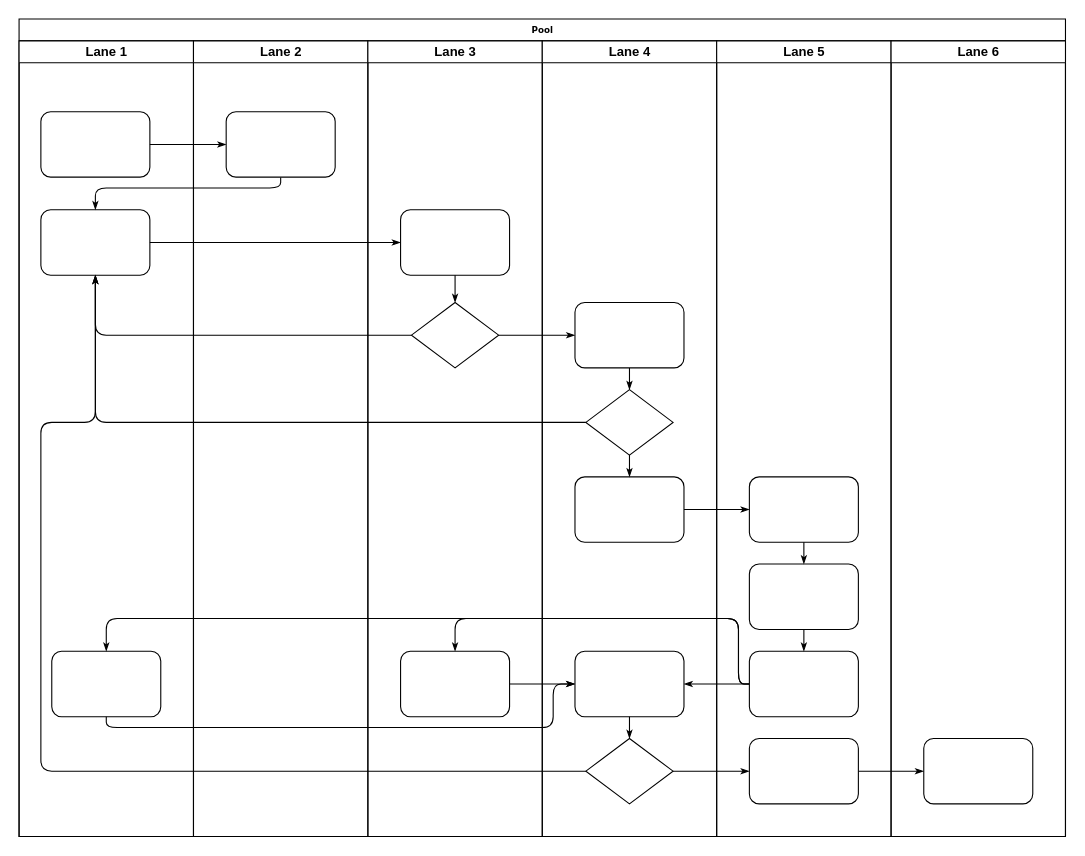
Above: ios_load.drawio in neolcs/articles (draw.io), before the change. Source tidied: cells renumbered, new cells numbered last; positions are measured from the earlier drawing's top-left corner, leaving out a move shared by most shapes. Both pictures are drawn from the tidied source at 109%, with x=0, y=0 at pixel (19, 19).
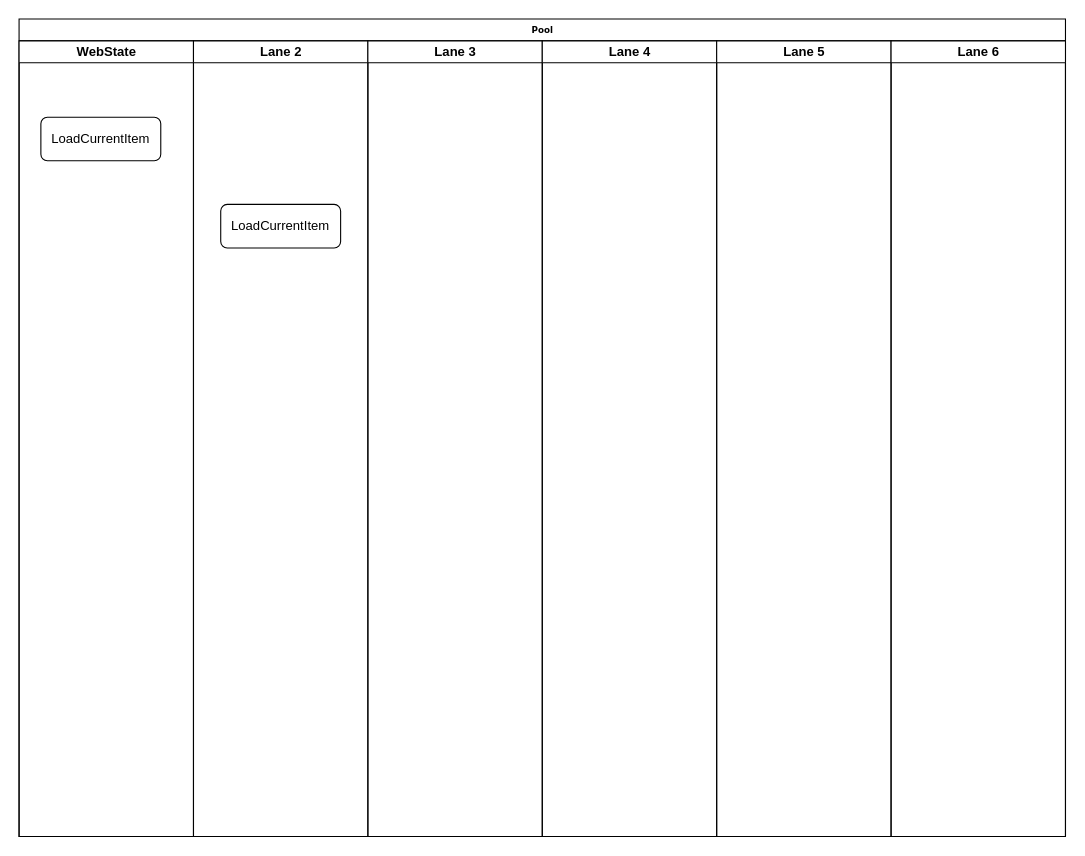
The same diagram, later.

The change refers to these unchanged cells:
```xml
<mxCell id="2" value="Pool" style="swimlane;html=1;startSize=20;rounded=0;shadow=0;labelBackgroundColor=none;strokeWidth=1;fontFamily=Verdana;fontSize=8;align=center;" parent="1" vertex="1">
  <mxGeometry width="960" height="750" as="geometry" />
</mxCell>
<mxCell id="22" value="Lane 2" style="swimlane;html=1;startSize=20;" parent="2" vertex="1">
  <mxGeometry x="160" y="20" width="160" height="730" as="geometry" />
</mxCell>
<mxCell id="24" value="Lane 3" style="swimlane;html=1;startSize=20;" parent="2" vertex="1">
  <mxGeometry x="320" y="20" width="160" height="730" as="geometry" />
</mxCell>
<mxCell id="29" value="Lane 4" style="swimlane;html=1;startSize=20;" parent="2" vertex="1">
  <mxGeometry x="480" y="20" width="160" height="730" as="geometry" />
</mxCell>
<mxCell id="38" value="Lane 5" style="swimlane;html=1;startSize=20;" parent="2" vertex="1">
  <mxGeometry x="640" y="20" width="160" height="730" as="geometry" />
</mxCell>
<mxCell id="45" value="Lane 6" style="swimlane;html=1;startSize=20;" parent="2" vertex="1">
  <mxGeometry x="800" y="20" width="160" height="730" as="geometry" />
</mxCell>
```

The edit, as a diff of the source:
```diff
@@
-    <mxCell id="3" value="Lane 1" style="swimlane;html=1;startSize=20;" parent="2" vertex="1">
+    <mxCell id="3" value="WebState" style="swimlane;html=1;startSize=20;" parent="2" vertex="1">
       <mxGeometry y="20" width="160" height="730" as="geometry" />
     </mxCell>
-    <mxCell id="4" style="rounded=1;whiteSpace=wrap;html=1;shadow=0;labelBackgroundColor=none;strokeWidth=1;fontFamily=Verdana;fontSize=8;align=center;" parent="3" vertex="1">
-      <mxGeometry x="20" y="65" width="100" height="60" as="geometry" />
-    </mxCell>
-    <mxCell id="5" style="rounded=1;whiteSpace=wrap;html=1;shadow=0;labelBackgroundColor=none;strokeWidth=1;fontFamily=Verdana;fontSize=8;align=center;" parent="3" vertex="1">
-      <mxGeometry x="20" y="155" width="100" height="60" as="geometry" />
-    </mxCell>
-    <mxCell id="6" style="rounded=1;whiteSpace=wrap;html=1;shadow=0;labelBackgroundColor=none;strokeWidth=1;fontFamily=Verdana;fontSize=8;align=center;" parent="3" vertex="1">
-      <mxGeometry x="30" y="560" width="100" height="60" as="geometry" />
-    </mxCell>
-    <mxCell id="7" style="edgeStyle=orthogonalEdgeStyle;rounded=1;html=1;labelBackgroundColor=none;startArrow=none;startFill=0;startSize=5;endArrow=classicThin;endFill=1;endSize=5;jettySize=auto;strokeWidth=1;fontFamily=Verdana;fontSize=8;" parent="2" edge="1" source="4" target="23">
-      <mxGeometry relative="1" as="geometry" />
-    </mxCell>
-    <mxCell id="8" style="edgeStyle=orthogonalEdgeStyle;rounded=1;html=1;labelBackgroundColor=none;startArrow=none;startFill=0;startSize=5;endArrow=classicThin;endFill=1;endSize=5;jettySize=auto;strokeWidth=1;fontFamily=Verdana;fontSize=8;" parent="2" edge="1" source="23" target="5">
-      <mxGeometry relative="1" as="geometry">
-        <Array as="points">
-          <mxPoint x="240" y="155" />
-          <mxPoint x="70" y="155" />
-        </Array>
-      </mxGeometry>
-    </mxCell>
-    <mxCell id="9" style="edgeStyle=orthogonalEdgeStyle;rounded=1;html=1;labelBackgroundColor=none;startArrow=none;startFill=0;startSize=5;endArrow=classicThin;endFill=1;endSize=5;jettySize=auto;strokeWidth=1;fontFamily=Verdana;fontSize=8;" parent="2" edge="1" source="5" target="25">
-      <mxGeometry relative="1" as="geometry" />
-    </mxCell>
-    <mxCell id="10" style="edgeStyle=orthogonalEdgeStyle;rounded=1;html=1;labelBackgroundColor=none;startArrow=none;startFill=0;startSize=5;endArrow=classicThin;endFill=1;endSize=5;jettySize=auto;strokeWidth=1;fontFamily=Verdana;fontSize=8;" parent="2" edge="1" source="26" target="5">
-      <mxGeometry relative="1" as="geometry" />
-    </mxCell>
-    <mxCell id="11" style="edgeStyle=orthogonalEdgeStyle;rounded=1;html=1;labelBackgroundColor=none;startArrow=none;startFill=0;startSize=5;endArrow=classicThin;endFill=1;endSize=5;jettySize=auto;strokeWidth=1;fontFamily=Verdana;fontSize=8;" parent="2" edge="1" source="31" target="5">
-      <mxGeometry relative="1" as="geometry" />
-    </mxCell>
-    <mxCell id="12" style="edgeStyle=orthogonalEdgeStyle;rounded=1;html=1;labelBackgroundColor=none;startArrow=none;startFill=0;startSize=5;endArrow=classicThin;endFill=1;endSize=5;jettySize=auto;strokeWidth=1;fontFamily=Verdana;fontSize=8;" parent="2" edge="1" source="34" target="5">
-      <mxGeometry relative="1" as="geometry">
-        <Array as="points">
-          <mxPoint x="20" y="690" />
-          <mxPoint x="20" y="370" />
-          <mxPoint x="70" y="370" />
-        </Array>
-      </mxGeometry>
-    </mxCell>
-    <mxCell id="13" style="edgeStyle=orthogonalEdgeStyle;rounded=1;html=1;labelBackgroundColor=none;startArrow=none;startFill=0;startSize=5;endArrow=classicThin;endFill=1;endSize=5;jettySize=auto;strokeWidth=1;fontFamily=Verdana;fontSize=8;" parent="2" edge="1" source="26" target="30">
-      <mxGeometry relative="1" as="geometry" />
-    </mxCell>
-    <mxCell id="14" style="edgeStyle=orthogonalEdgeStyle;rounded=1;html=1;labelBackgroundColor=none;startArrow=none;startFill=0;startSize=5;endArrow=classicThin;endFill=1;endSize=5;jettySize=auto;strokeWidth=1;fontFamily=Verdana;fontSize=8;" parent="2" edge="1" source="34" target="42">
-      <mxGeometry relative="1" as="geometry" />
-    </mxCell>
-    <mxCell id="15" style="edgeStyle=orthogonalEdgeStyle;rounded=1;html=1;labelBackgroundColor=none;startArrow=none;startFill=0;startSize=5;endArrow=classicThin;endFill=1;endSize=5;jettySize=auto;strokeWidth=1;fontFamily=Verdana;fontSize=8;" parent="2" edge="1" source="42" target="46">
-      <mxGeometry relative="1" as="geometry" />
-    </mxCell>
-    <mxCell id="16" style="edgeStyle=orthogonalEdgeStyle;rounded=1;html=1;labelBackgroundColor=none;startArrow=none;startFill=0;startSize=5;endArrow=classicThin;endFill=1;endSize=5;jettySize=auto;strokeWidth=1;fontFamily=Verdana;fontSize=8;" parent="2" edge="1" source="32" target="39">
-      <mxGeometry relative="1" as="geometry" />
-    </mxCell>
-    <mxCell id="17" style="edgeStyle=orthogonalEdgeStyle;rounded=1;html=1;labelBackgroundColor=none;startArrow=none;startFill=0;startSize=5;endArrow=classicThin;endFill=1;endSize=5;jettySize=auto;strokeWidth=1;fontFamily=Verdana;fontSize=8;" parent="2" edge="1" source="41" target="27">
-      <mxGeometry relative="1" as="geometry">
-        <Array as="points">
-          <mxPoint x="660" y="610" />
-          <mxPoint x="660" y="550" />
-          <mxPoint x="400" y="550" />
-        </Array>
-      </mxGeometry>
-    </mxCell>
-    <mxCell id="18" style="edgeStyle=orthogonalEdgeStyle;rounded=1;html=1;labelBackgroundColor=none;startArrow=none;startFill=0;startSize=5;endArrow=classicThin;endFill=1;endSize=5;jettySize=auto;strokeColor=#000000;strokeWidth=1;fontFamily=Verdana;fontSize=8;fontColor=#000000;" parent="2" edge="1" source="41" target="33">
-      <mxGeometry relative="1" as="geometry" />
-    </mxCell>
-    <mxCell id="19" style="edgeStyle=orthogonalEdgeStyle;rounded=1;html=1;labelBackgroundColor=none;startArrow=none;startFill=0;startSize=5;endArrow=classicThin;endFill=1;endSize=5;jettySize=auto;strokeWidth=1;fontFamily=Verdana;fontSize=8;" parent="2" edge="1" source="41" target="6">
-      <mxGeometry relative="1" as="geometry">
-        <Array as="points">
-          <mxPoint x="660" y="610" />
-          <mxPoint x="660" y="550" />
-          <mxPoint x="80" y="550" />
-        </Array>
-      </mxGeometry>
-    </mxCell>
-    <mxCell id="20" style="edgeStyle=orthogonalEdgeStyle;rounded=1;html=1;labelBackgroundColor=none;startArrow=none;startFill=0;startSize=5;endArrow=classicThin;endFill=1;endSize=5;jettySize=auto;strokeWidth=1;fontFamily=Verdana;fontSize=8;" parent="2" edge="1" source="6" target="33">
-      <mxGeometry relative="1" as="geometry">
-        <Array as="points">
-          <mxPoint x="80" y="650" />
-          <mxPoint x="490" y="650" />
-          <mxPoint x="490" y="610" />
-        </Array>
-      </mxGeometry>
-    </mxCell>
-    <mxCell id="21" style="edgeStyle=orthogonalEdgeStyle;rounded=1;html=1;labelBackgroundColor=none;startArrow=none;startFill=0;startSize=5;endArrow=classicThin;endFill=1;endSize=5;jettySize=auto;strokeWidth=1;fontFamily=Verdana;fontSize=8;" parent="2" edge="1" source="27" target="33">
-      <mxGeometry relative="1" as="geometry" />
-    </mxCell>
+    <mxCell id="47" value="LoadCurrentItem" style="rounded=1;whiteSpace=wrap;html=1;" parent="3" vertex="1">
+      <mxGeometry x="20" y="70" width="110" height="40" as="geometry" />
+    </mxCell>
@@
-    <mxCell id="23" style="rounded=1;whiteSpace=wrap;html=1;shadow=0;labelBackgroundColor=none;strokeWidth=1;fontFamily=Verdana;fontSize=8;align=center;" parent="22" vertex="1">
-      <mxGeometry x="30" y="65" width="100" height="60" as="geometry" />
-    </mxCell>
+    <mxCell id="48" value="LoadCurrentItem" style="rounded=1;whiteSpace=wrap;html=1;" parent="22" vertex="1">
+      <mxGeometry x="25" y="150" width="110" height="40" as="geometry" />
+    </mxCell>
@@
-    <mxCell id="25" style="rounded=1;whiteSpace=wrap;html=1;shadow=0;labelBackgroundColor=none;strokeWidth=1;fontFamily=Verdana;fontSize=8;align=center;" parent="24" vertex="1">
-      <mxGeometry x="30" y="155" width="100" height="60" as="geometry" />
-    </mxCell>
-    <mxCell id="26" style="rhombus;whiteSpace=wrap;html=1;rounded=0;shadow=0;labelBackgroundColor=none;strokeWidth=1;fontFamily=Verdana;fontSize=8;align=center;" parent="24" vertex="1">
-      <mxGeometry x="40" y="240" width="80" height="60" as="geometry" />
-    </mxCell>
-    <mxCell id="27" style="rounded=1;whiteSpace=wrap;html=1;shadow=0;labelBackgroundColor=none;strokeWidth=1;fontFamily=Verdana;fontSize=8;align=center;" parent="24" vertex="1">
-      <mxGeometry x="30" y="560" width="100" height="60" as="geometry" />
-    </mxCell>
-    <mxCell id="28" style="edgeStyle=orthogonalEdgeStyle;rounded=1;html=1;labelBackgroundColor=none;startArrow=none;startFill=0;startSize=5;endArrow=classicThin;endFill=1;endSize=5;jettySize=auto;strokeWidth=1;fontFamily=Verdana;fontSize=8;" parent="24" edge="1" source="25" target="26">
-      <mxGeometry relative="1" as="geometry" />
-    </mxCell>
@@
-    <mxCell id="30" style="rounded=1;whiteSpace=wrap;html=1;shadow=0;labelBackgroundColor=none;strokeWidth=1;fontFamily=Verdana;fontSize=8;align=center;" parent="29" vertex="1">
-      <mxGeometry x="30" y="240" width="100" height="60" as="geometry" />
-    </mxCell>
-    <mxCell id="31" style="rhombus;whiteSpace=wrap;html=1;rounded=0;shadow=0;labelBackgroundColor=none;strokeWidth=1;fontFamily=Verdana;fontSize=8;align=center;" parent="29" vertex="1">
-      <mxGeometry x="40" y="320" width="80" height="60" as="geometry" />
-    </mxCell>
-    <mxCell id="32" style="rounded=1;whiteSpace=wrap;html=1;shadow=0;labelBackgroundColor=none;strokeWidth=1;fontFamily=Verdana;fontSize=8;align=center;" parent="29" vertex="1">
-      <mxGeometry x="30" y="400" width="100" height="60" as="geometry" />
-    </mxCell>
-    <mxCell id="33" style="rounded=1;whiteSpace=wrap;html=1;shadow=0;labelBackgroundColor=none;strokeWidth=1;fontFamily=Verdana;fontSize=8;align=center;" parent="29" vertex="1">
-      <mxGeometry x="30" y="560" width="100" height="60" as="geometry" />
-    </mxCell>
-    <mxCell id="34" style="rhombus;whiteSpace=wrap;html=1;rounded=0;shadow=0;labelBackgroundColor=none;strokeWidth=1;fontFamily=Verdana;fontSize=8;align=center;" parent="29" vertex="1">
-      <mxGeometry x="40" y="640" width="80" height="60" as="geometry" />
-    </mxCell>
-    <mxCell id="35" style="edgeStyle=orthogonalEdgeStyle;rounded=1;html=1;labelBackgroundColor=none;startArrow=none;startFill=0;startSize=5;endArrow=classicThin;endFill=1;endSize=5;jettySize=auto;strokeColor=#000000;strokeWidth=1;fontFamily=Verdana;fontSize=8;fontColor=#000000;" parent="29" edge="1" source="30" target="31">
-      <mxGeometry relative="1" as="geometry" />
-    </mxCell>
-    <mxCell id="36" style="edgeStyle=orthogonalEdgeStyle;rounded=1;html=1;labelBackgroundColor=none;startArrow=none;startFill=0;startSize=5;endArrow=classicThin;endFill=1;endSize=5;jettySize=auto;strokeWidth=1;fontFamily=Verdana;fontSize=8;" parent="29" edge="1" source="31" target="32">
-      <mxGeometry relative="1" as="geometry" />
-    </mxCell>
-    <mxCell id="37" style="edgeStyle=orthogonalEdgeStyle;rounded=1;html=1;labelBackgroundColor=none;startArrow=none;startFill=0;startSize=5;endArrow=classicThin;endFill=1;endSize=5;jettySize=auto;strokeWidth=1;fontFamily=Verdana;fontSize=8;" parent="29" edge="1" source="33" target="34">
-      <mxGeometry relative="1" as="geometry" />
-    </mxCell>
@@
-    <mxCell id="39" style="rounded=1;whiteSpace=wrap;html=1;shadow=0;labelBackgroundColor=none;strokeWidth=1;fontFamily=Verdana;fontSize=8;align=center;" parent="38" vertex="1">
-      <mxGeometry x="30" y="400" width="100" height="60" as="geometry" />
-    </mxCell>
-    <mxCell id="40" style="rounded=1;whiteSpace=wrap;html=1;shadow=0;labelBackgroundColor=none;strokeWidth=1;fontFamily=Verdana;fontSize=8;align=center;" parent="38" vertex="1">
-      <mxGeometry x="30" y="480" width="100" height="60" as="geometry" />
-    </mxCell>
-    <mxCell id="41" style="rounded=1;whiteSpace=wrap;html=1;shadow=0;labelBackgroundColor=none;strokeWidth=1;fontFamily=Verdana;fontSize=8;align=center;" parent="38" vertex="1">
-      <mxGeometry x="30" y="560" width="100" height="60" as="geometry" />
-    </mxCell>
-    <mxCell id="42" style="rounded=1;whiteSpace=wrap;html=1;shadow=0;labelBackgroundColor=none;strokeWidth=1;fontFamily=Verdana;fontSize=8;align=center;" parent="38" vertex="1">
-      <mxGeometry x="30" y="640" width="100" height="60" as="geometry" />
-    </mxCell>
-    <mxCell id="43" style="edgeStyle=orthogonalEdgeStyle;rounded=1;html=1;labelBackgroundColor=none;startArrow=none;startFill=0;startSize=5;endArrow=classicThin;endFill=1;endSize=5;jettySize=auto;strokeWidth=1;fontFamily=Verdana;fontSize=8;" parent="38" edge="1" source="39" target="40">
-      <mxGeometry relative="1" as="geometry" />
-    </mxCell>
-    <mxCell id="44" style="edgeStyle=orthogonalEdgeStyle;rounded=1;html=1;labelBackgroundColor=none;startArrow=none;startFill=0;startSize=5;endArrow=classicThin;endFill=1;endSize=5;jettySize=auto;strokeWidth=1;fontFamily=Verdana;fontSize=8;" parent="38" edge="1" source="40" target="41">
-      <mxGeometry relative="1" as="geometry" />
-    </mxCell>
@@
-    <mxCell id="46" style="rounded=1;whiteSpace=wrap;html=1;shadow=0;labelBackgroundColor=none;strokeWidth=1;fontFamily=Verdana;fontSize=8;align=center;" parent="45" vertex="1">
-      <mxGeometry x="30" y="640" width="100" height="60" as="geometry" />
-    </mxCell>
```
